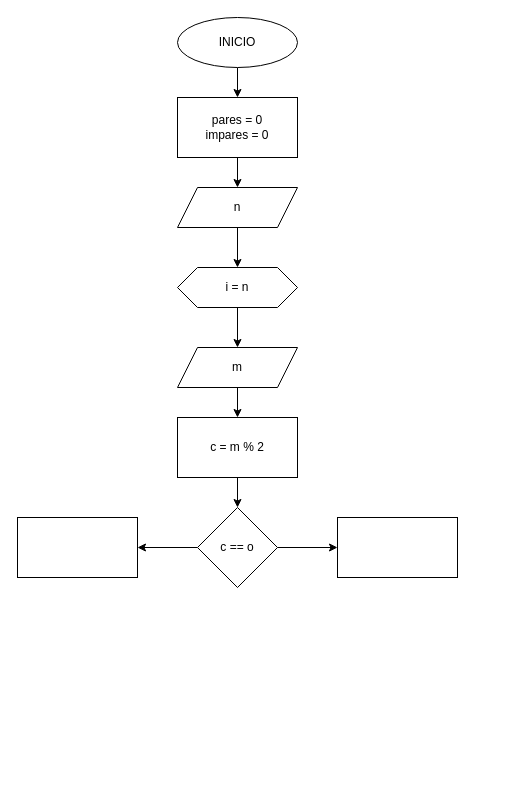
This is diagrama1.drawio from JFEstevezC/Ejercicio2_For2, a draw.io file, before an edit. Source tidied: cells renumbered, new cells numbered last; positions are measured from the earlier drawing's top-left corner, leaving out a move shared by most shapes. Both pictures are drawn from the tidied source at 100%, with x=0, y=0 at pixel (17, 17).
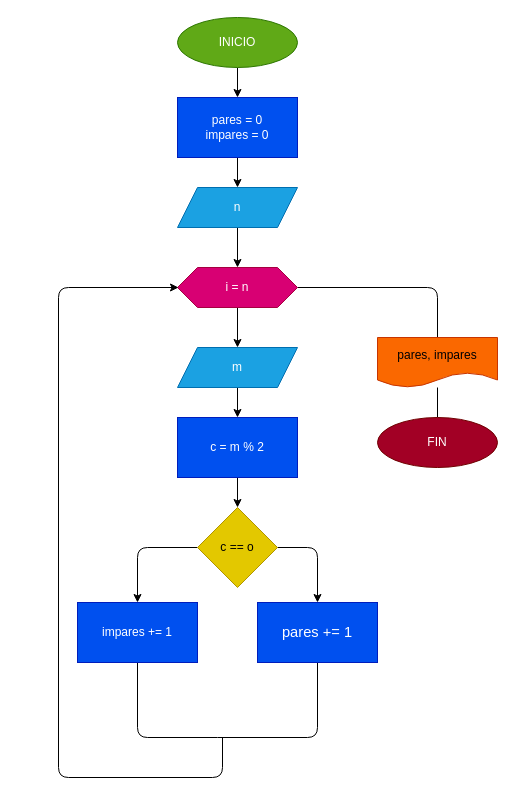
The same page after the edit.

The edit, as a diff of the source:
```diff
@@
-    <mxCell id="3" value="INICIO" style="ellipse;whiteSpace=wrap;html=1;" parent="1" vertex="1">
+    <mxCell id="3" value="INICIO" style="ellipse;whiteSpace=wrap;html=1;fillColor=#60a917;fontColor=#ffffff;strokeColor=#2D7600;" parent="1" vertex="1">
       <mxGeometry x="160" width="120" height="50" as="geometry" />
     </mxCell>
@@
-    <mxCell id="5" value="pares = 0&lt;br&gt;impares = 0" style="whiteSpace=wrap;html=1;" parent="1" vertex="1">
+    <mxCell id="5" value="pares = 0&lt;br&gt;impares = 0" style="whiteSpace=wrap;html=1;fillColor=#0050ef;fontColor=#ffffff;strokeColor=#001DBC;" parent="1" vertex="1">
       <mxGeometry x="160" y="80" width="120" height="60" as="geometry" />
     </mxCell>
@@
-    <mxCell id="7" value="n" style="shape=parallelogram;perimeter=parallelogramPerimeter;whiteSpace=wrap;html=1;fixedSize=1;" parent="1" vertex="1">
+    <mxCell id="7" value="n" style="shape=parallelogram;perimeter=parallelogramPerimeter;whiteSpace=wrap;html=1;fixedSize=1;fillColor=#1ba1e2;fontColor=#ffffff;strokeColor=#006EAF;" parent="1" vertex="1">
       <mxGeometry x="160" y="170" width="120" height="40" as="geometry" />
     </mxCell>
@@
+    <mxCell id="19" style="edgeStyle=none;html=1;fontColor=#FFFFFF;endArrow=none;endFill=0;" parent="1" edge="1" source="9" target="24">
+      <mxGeometry relative="1" as="geometry">
+        <Array as="points">
+          <mxPoint x="420" y="270" />
+        </Array>
+      </mxGeometry>
+    </mxCell>
-    <mxCell id="9" value="i = n" style="shape=hexagon;perimeter=hexagonPerimeter2;whiteSpace=wrap;html=1;fixedSize=1;" parent="1" vertex="1">
+    <mxCell id="9" value="i = n" style="shape=hexagon;perimeter=hexagonPerimeter2;whiteSpace=wrap;html=1;fixedSize=1;fillColor=#d80073;fontColor=#ffffff;strokeColor=#A50040;" parent="1" vertex="1">
       <mxGeometry x="160" y="250" width="120" height="40" as="geometry" />
     </mxCell>
@@
-    <mxCell id="11" value="m" style="shape=parallelogram;perimeter=parallelogramPerimeter;whiteSpace=wrap;html=1;fixedSize=1;" parent="1" vertex="1">
+    <mxCell id="11" value="m" style="shape=parallelogram;perimeter=parallelogramPerimeter;whiteSpace=wrap;html=1;fixedSize=1;fillColor=#1ba1e2;fontColor=#ffffff;strokeColor=#006EAF;" parent="1" vertex="1">
       <mxGeometry x="160" y="330" width="120" height="40" as="geometry" />
     </mxCell>
@@
-    <mxCell id="13" value="c = m % 2" style="whiteSpace=wrap;html=1;" parent="1" vertex="1">
+    <mxCell id="13" value="c = m % 2" style="whiteSpace=wrap;html=1;fillColor=#0050ef;fontColor=#ffffff;strokeColor=#001DBC;" parent="1" vertex="1">
       <mxGeometry x="160" y="400" width="120" height="60" as="geometry" />
     </mxCell>
     <mxCell id="14" style="edgeStyle=none;html=1;" parent="1" edge="1" source="16" target="17">
-      <mxGeometry relative="1" as="geometry" />
+      <mxGeometry relative="1" as="geometry">
+        <Array as="points">
+          <mxPoint x="300" y="530" />
+        </Array>
+      </mxGeometry>
     </mxCell>
     <mxCell id="15" style="edgeStyle=none;html=1;" parent="1" edge="1" source="16" target="18">
-      <mxGeometry relative="1" as="geometry" />
+      <mxGeometry relative="1" as="geometry">
+        <Array as="points">
+          <mxPoint x="120" y="530" />
+        </Array>
+      </mxGeometry>
     </mxCell>
-    <mxCell id="16" value="c == o" style="rhombus;whiteSpace=wrap;html=1;" parent="1" vertex="1">
+    <mxCell id="16" value="c == o" style="rhombus;whiteSpace=wrap;html=1;fillColor=#e3c800;fontColor=#000000;strokeColor=#B09500;" parent="1" vertex="1">
       <mxGeometry x="180" y="490" width="80" height="80" as="geometry" />
     </mxCell>
+    <mxCell id="20" style="edgeStyle=none;html=1;fontColor=#FFFFFF;endArrow=none;endFill=0;" parent="1" edge="1" source="17">
+      <mxGeometry relative="1" as="geometry">
+        <mxPoint x="200" y="720" as="targetPoint" />
+        <Array as="points">
+          <mxPoint x="300" y="720" />
+        </Array>
+      </mxGeometry>
+    </mxCell>
-    <mxCell id="17" style="whiteSpace=wrap;html=1;" parent="1" vertex="1">
-      <mxGeometry x="320" y="500" width="120" height="60" as="geometry" />
+    <mxCell id="17" value="&lt;span id=&quot;docs-internal-guid-b28edaba-7fff-003e-37e1-63c2e4ec3a4b&quot;&gt;&lt;font color=&quot;#ffffff&quot;&gt;&lt;span style=&quot;font-size: 11pt; font-family: Arial; background-color: transparent; font-variant-numeric: normal; font-variant-east-asian: normal; vertical-align: baseline;&quot;&gt;pares +=&lt;/span&gt;&lt;span style=&quot;font-size: 11pt; font-family: Arial; background-color: transparent; font-variant-numeric: normal; font-variant-east-asian: normal; vertical-align: baseline;&quot;&gt; 1&lt;/span&gt;&lt;/font&gt;&lt;/span&gt;" style="whiteSpace=wrap;html=1;fillColor=#0050ef;fontColor=#ffffff;strokeColor=#001DBC;" parent="1" vertex="1">
+      <mxGeometry x="240" y="585" width="120" height="60" as="geometry" />
     </mxCell>
+    <mxCell id="21" style="edgeStyle=none;html=1;fontColor=#FFFFFF;endArrow=none;endFill=0;" parent="1" edge="1" source="18">
+      <mxGeometry relative="1" as="geometry">
+        <mxPoint x="200" y="720" as="targetPoint" />
+        <Array as="points">
+          <mxPoint x="120" y="720" />
+        </Array>
+      </mxGeometry>
+    </mxCell>
-    <mxCell id="18" style="whiteSpace=wrap;html=1;" parent="1" vertex="1">
-      <mxGeometry y="500" width="120" height="60" as="geometry" />
+    <mxCell id="18" value="impares += 1" style="whiteSpace=wrap;html=1;fillColor=#0050ef;fontColor=#ffffff;strokeColor=#001DBC;" parent="1" vertex="1">
+      <mxGeometry x="60" y="585" width="120" height="60" as="geometry" />
     </mxCell>
+    <mxCell id="22" style="endArrow=classic;html=1;fontColor=#FFFFFF;entryX=0;entryY=0.5;entryDx=0;entryDy=0;" parent="1" edge="1">
+      <mxGeometry relative="1" as="geometry">
+        <mxPoint x="205" y="720" as="sourcePoint" />
+        <mxPoint x="161" y="270" as="targetPoint" />
+        <Array as="points">
+          <mxPoint x="205" y="760" />
+          <mxPoint x="41" y="760" />
+          <mxPoint x="41" y="270" />
+        </Array>
+      </mxGeometry>
+    </mxCell>
+    <mxCell id="23" style="edgeStyle=none;html=1;fontColor=#FFFFFF;endArrow=none;endFill=0;" parent="1" edge="1" source="24" target="25">
+      <mxGeometry relative="1" as="geometry" />
+    </mxCell>
+    <mxCell id="24" value="pares, impares" style="shape=document;whiteSpace=wrap;html=1;boundedLbl=1;fillColor=#fa6800;fontColor=#000000;strokeColor=#C73500;" parent="1" vertex="1">
+      <mxGeometry x="360" y="320" width="120" height="50" as="geometry" />
+    </mxCell>
+    <mxCell id="25" value="FIN" style="ellipse;whiteSpace=wrap;html=1;fontColor=#ffffff;fillColor=#a20025;strokeColor=#6F0000;" parent="1" vertex="1">
+      <mxGeometry x="360" y="400" width="120" height="50" as="geometry" />
+    </mxCell>
```
